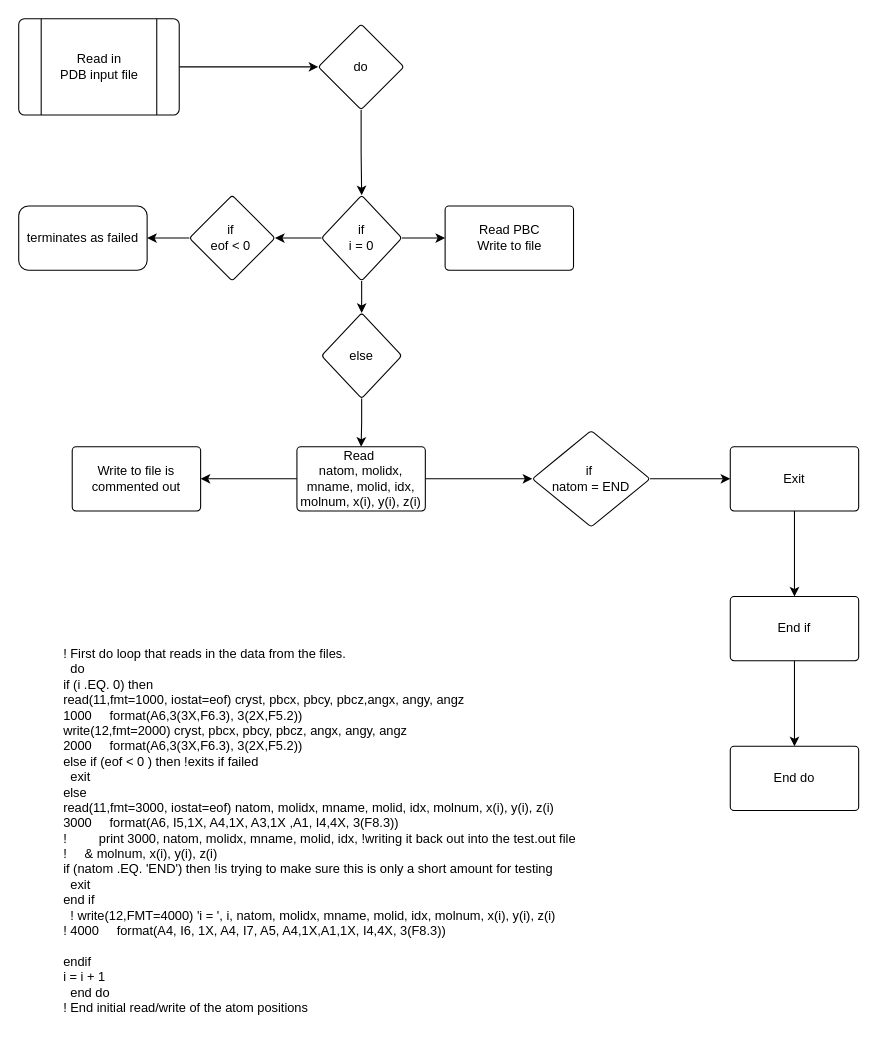
Before: page "Read In" (2 of 4) of Untitled Diagram.drawio in CatherineMoulder/Fortran, a draw.io diagram. Source tidied: cells renumbered, new cells numbered last; positions are measured from the earlier drawing's top-left corner, leaving out a move shared by most shapes. Both pictures are drawn from the tidied source at 107%, with x=0, y=0 at pixel (18, 18).
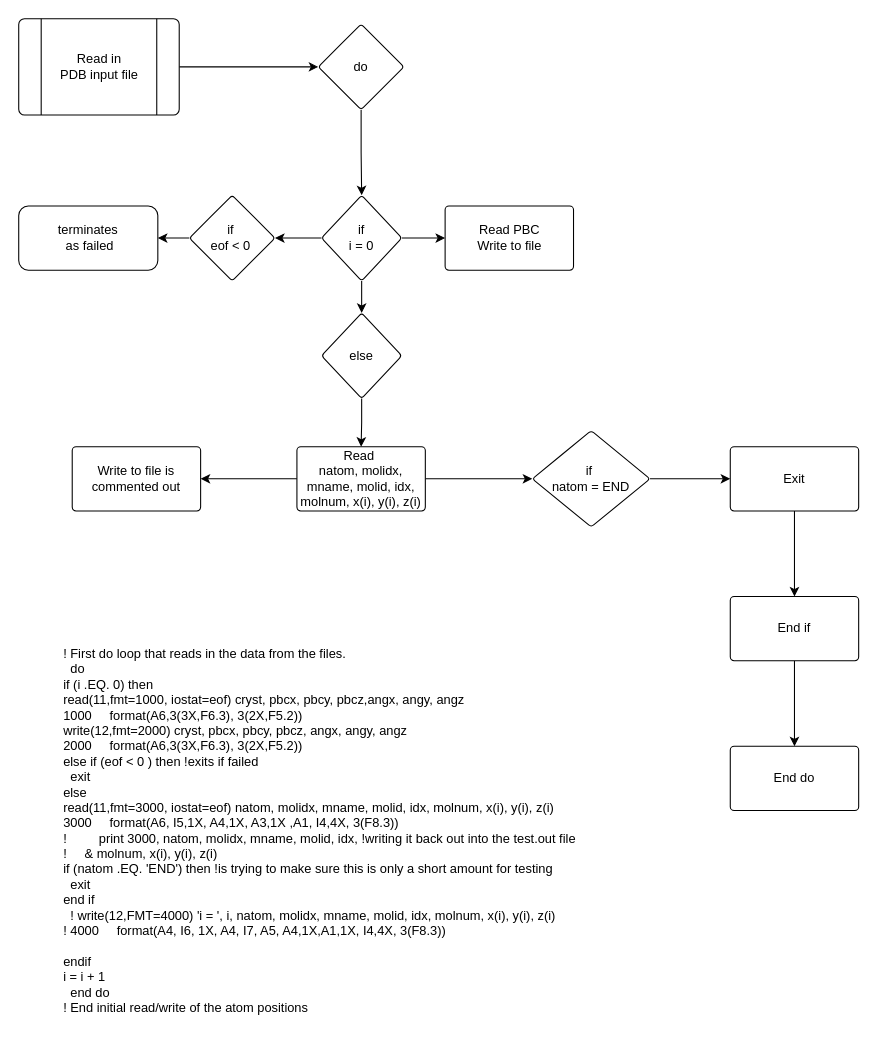
Above is the later version.

Change to the diagram source:
```diff
@@
-    <mxCell id="15" value="terminates as failed" style="rounded=1;whiteSpace=wrap;html=1;labelBackgroundColor=none;labelBorderColor=none;" parent="1" vertex="1">
-      <mxGeometry y="175" width="120" height="60" as="geometry" />
+    <mxCell id="15" value="terminates&lt;br&gt;&amp;nbsp;as failed" style="rounded=1;whiteSpace=wrap;html=1;labelBackgroundColor=none;labelBorderColor=none;" parent="1" vertex="1">
+      <mxGeometry y="175" width="130" height="60" as="geometry" />
     </mxCell>
```
